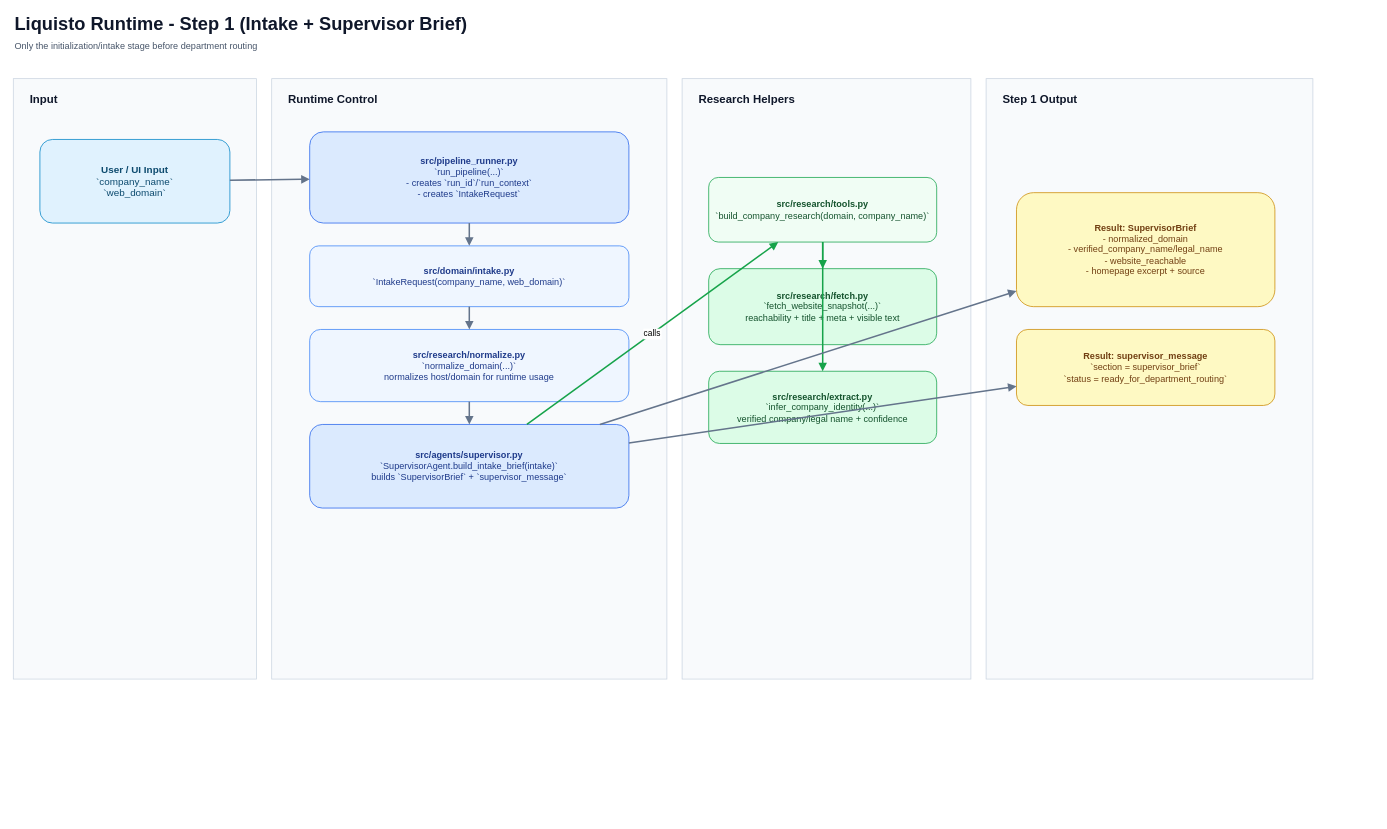
Above: docs/drawio/runtime_step1.drawio in KonstantinData/multi-agent-intel-pipeline (draw.io), before the change. Source tidied: cells renumbered, new cells numbered last; positions are measured from the earlier drawing's top-left corner, leaving out a move shared by most shapes. Both pictures are drawn from the tidied source at 76%, with x=0, y=0 at pixel (13, 13).
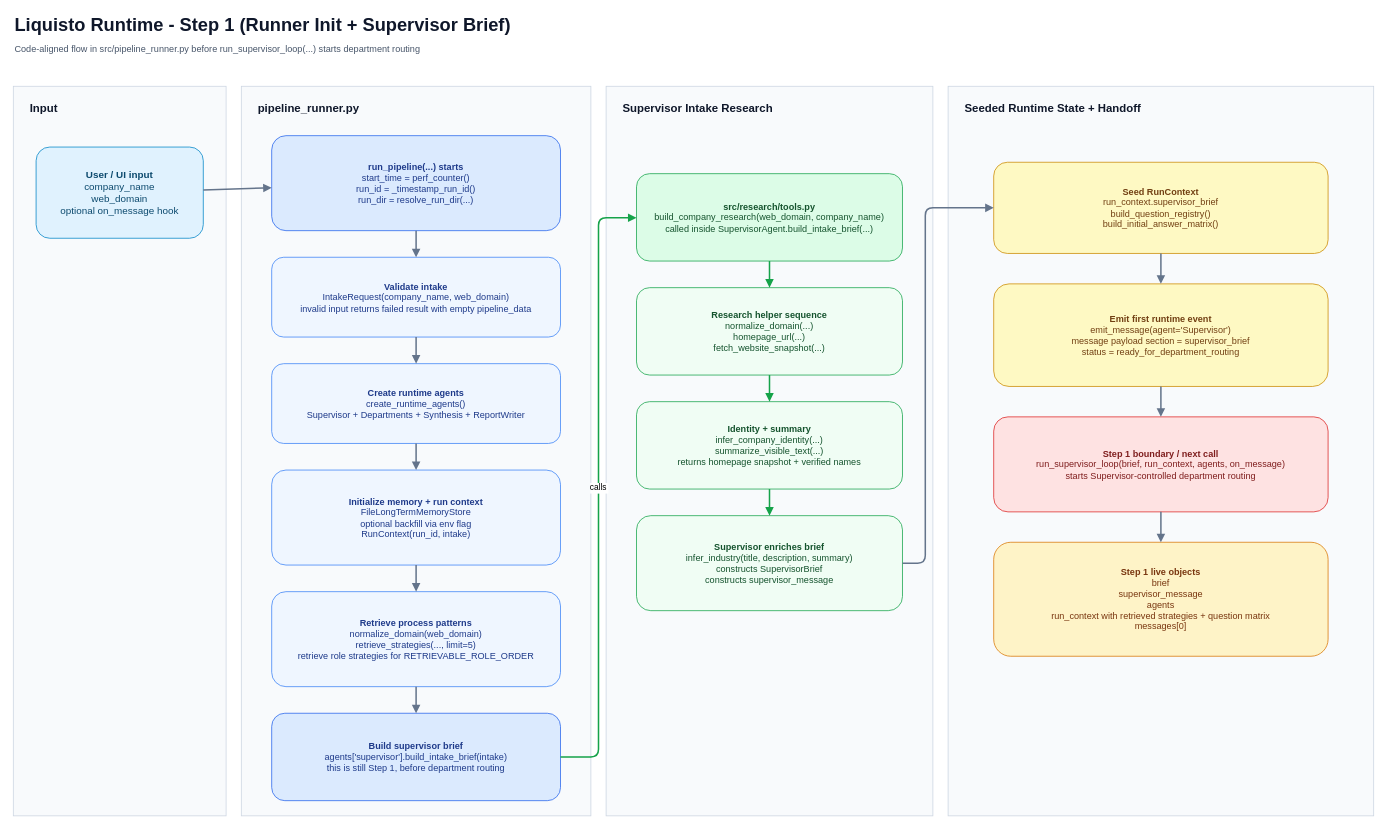
Above is the later version.

Commit message (it also covers changes not shown here):
Refactor pipeline runner phases

Change to the diagram source:
```diff
@@
-    <mxCell id="2" value="Liquisto Runtime - Step 1 (Intake + Supervisor Brief)" style="text;html=1;strokeColor=none;fillColor=none;align=left;verticalAlign=middle;fontSize=24;fontStyle=1;fontColor=#0f172a;" parent="1" vertex="1">
-      <mxGeometry width="900" height="30" as="geometry" />
+    <mxCell id="2" value="Liquisto Runtime - Step 1 (Runner Init + Supervisor Brief)" style="text;html=1;strokeColor=none;fillColor=none;align=left;verticalAlign=middle;fontSize=24;fontStyle=1;fontColor=#0f172a;" parent="1" vertex="1">
+      <mxGeometry width="1100" height="32" as="geometry" />
     </mxCell>
-    <mxCell id="3" value="Only the initialization/intake stage before department routing" style="text;html=1;strokeColor=none;fillColor=none;align=left;verticalAlign=middle;fontSize=12;fontColor=#475569;" parent="1" vertex="1">
-      <mxGeometry y="34" width="700" height="20" as="geometry" />
+    <mxCell id="3" value="Code-aligned flow in src/pipeline_runner.py before run_supervisor_loop(...) starts department routing" style="text;html=1;strokeColor=none;fillColor=none;align=left;verticalAlign=middle;fontSize=12;fontColor=#475569;" parent="1" vertex="1">
+      <mxGeometry y="36" width="980" height="22" as="geometry" />
     </mxCell>
     <mxCell id="4" style="rounded=0;whiteSpace=wrap;html=1;fillColor=#f8fafc;strokeColor=#cbd5e1;" parent="1" vertex="1">
-      <mxGeometry y="86" width="320" height="790" as="geometry" />
+      <mxGeometry y="96" width="280" height="960" as="geometry" />
     </mxCell>
-    <mxCell id="5" style="rounded=0;whiteSpace=wrap;html=1;fillColor=#f8fafc;strokeColor=#cbd5e1;" parent="1" vertex="1">
-      <mxGeometry x="340" y="86" width="520" height="790" as="geometry" />
-    </mxCell>
-    <mxCell id="6" style="rounded=0;whiteSpace=wrap;html=1;fillColor=#f8fafc;strokeColor=#cbd5e1;" parent="1" vertex="1">
-      <mxGeometry x="880" y="86" width="380" height="790" as="geometry" />
-    </mxCell>
-    <mxCell id="7" style="rounded=0;whiteSpace=wrap;html=1;fillColor=#f8fafc;strokeColor=#cbd5e1;" parent="1" vertex="1">
-      <mxGeometry x="1280" y="86" width="430" height="790" as="geometry" />
-    </mxCell>
+    <mxCell id="31" style="rounded=0;whiteSpace=wrap;html=1;fillColor=#f8fafc;strokeColor=#cbd5e1;" parent="1" vertex="1">
+      <mxGeometry x="300" y="96" width="460" height="960" as="geometry" />
+    </mxCell>
+    <mxCell id="32" style="rounded=0;whiteSpace=wrap;html=1;fillColor=#f8fafc;strokeColor=#cbd5e1;" parent="1" vertex="1">
+      <mxGeometry x="780" y="96" width="430" height="960" as="geometry" />
+    </mxCell>
+    <mxCell id="33" style="rounded=0;whiteSpace=wrap;html=1;fillColor=#f8fafc;strokeColor=#cbd5e1;" parent="1" vertex="1">
+      <mxGeometry x="1230" y="96" width="560" height="960" as="geometry" />
+    </mxCell>
     <mxCell id="8" value="Input" style="text;html=1;strokeColor=none;fillColor=none;align=left;verticalAlign=middle;fontSize=15;fontStyle=1;fontColor=#0f172a;" parent="1" vertex="1">
-      <mxGeometry x="20" y="102" width="180" height="20" as="geometry" />
+      <mxGeometry x="20" y="114" width="180" height="22" as="geometry" />
     </mxCell>
-    <mxCell id="9" value="Runtime Control" style="text;html=1;strokeColor=none;fillColor=none;align=left;verticalAlign=middle;fontSize=15;fontStyle=1;fontColor=#0f172a;" parent="1" vertex="1">
-      <mxGeometry x="360" y="102" width="220" height="20" as="geometry" />
-    </mxCell>
-    <mxCell id="10" value="Research Helpers" style="text;html=1;strokeColor=none;fillColor=none;align=left;verticalAlign=middle;fontSize=15;fontStyle=1;fontColor=#0f172a;" parent="1" vertex="1">
-      <mxGeometry x="900" y="102" width="220" height="20" as="geometry" />
-    </mxCell>
-    <mxCell id="11" value="Step 1 Output" style="text;html=1;strokeColor=none;fillColor=none;align=left;verticalAlign=middle;fontSize=15;fontStyle=1;fontColor=#0f172a;" parent="1" vertex="1">
-      <mxGeometry x="1300" y="102" width="200" height="20" as="geometry" />
-    </mxCell>
+    <mxCell id="34" value="pipeline_runner.py" style="text;html=1;strokeColor=none;fillColor=none;align=left;verticalAlign=middle;fontSize=15;fontStyle=1;fontColor=#0f172a;" parent="1" vertex="1">
+      <mxGeometry x="320" y="114" width="220" height="22" as="geometry" />
+    </mxCell>
+    <mxCell id="35" value="Supervisor Intake Research" style="text;html=1;strokeColor=none;fillColor=none;align=left;verticalAlign=middle;fontSize=15;fontStyle=1;fontColor=#0f172a;" parent="1" vertex="1">
+      <mxGeometry x="800" y="114" width="260" height="22" as="geometry" />
+    </mxCell>
+    <mxCell id="36" value="Seeded Runtime State + Handoff" style="text;html=1;strokeColor=none;fillColor=none;align=left;verticalAlign=middle;fontSize=15;fontStyle=1;fontColor=#0f172a;" parent="1" vertex="1">
+      <mxGeometry x="1250" y="114" width="300" height="22" as="geometry" />
+    </mxCell>
-    <mxCell id="12" value="&lt;b&gt;User / UI Input&lt;/b&gt;&lt;br&gt;`company_name`&lt;br&gt;`web_domain`" style="rounded=1;whiteSpace=wrap;html=1;fillColor=#e0f2fe;strokeColor=#0284c7;fontSize=13;spacing=8;fontColor=#0c4a6e;" parent="1" vertex="1">
-      <mxGeometry x="35" y="166" width="250" height="110" as="geometry" />
+    <mxCell id="12" value="&lt;b&gt;User / UI input&lt;/b&gt;&lt;br&gt;company_name&lt;br&gt;web_domain&lt;br&gt;optional on_message hook" style="rounded=1;whiteSpace=wrap;html=1;fillColor=#e0f2fe;strokeColor=#0284c7;fontSize=13;spacing=8;fontColor=#0c4a6e;" parent="1" vertex="1">
+      <mxGeometry x="30" y="176" width="220" height="120" as="geometry" />
     </mxCell>
-    <mxCell id="13" value="&lt;b&gt;src/pipeline_runner.py&lt;/b&gt;&lt;br&gt;`run_pipeline(...)`&lt;br&gt;- creates `run_id`/`run_context`&lt;br&gt;- creates `IntakeRequest`" style="rounded=1;whiteSpace=wrap;html=1;fillColor=#dbeafe;strokeColor=#2563eb;fontSize=12;spacing=8;fontColor=#1e3a8a;" parent="1" vertex="1">
-      <mxGeometry x="390" y="156" width="420" height="120" as="geometry" />
-    </mxCell>
-    <mxCell id="14" value="&lt;b&gt;src/domain/intake.py&lt;/b&gt;&lt;br&gt;`IntakeRequest(company_name, web_domain)`" style="rounded=1;whiteSpace=wrap;html=1;fillColor=#eff6ff;strokeColor=#3b82f6;fontSize=12;spacing=8;fontColor=#1e3a8a;" parent="1" vertex="1">
-      <mxGeometry x="390" y="306" width="420" height="80" as="geometry" />
-    </mxCell>
-    <mxCell id="15" value="&lt;b&gt;src/research/normalize.py&lt;/b&gt;&lt;br&gt;`normalize_domain(...)`&lt;br&gt;normalizes host/domain for runtime usage" style="rounded=1;whiteSpace=wrap;html=1;fillColor=#eff6ff;strokeColor=#3b82f6;fontSize=12;spacing=8;fontColor=#1e3a8a;" parent="1" vertex="1">
-      <mxGeometry x="390" y="416" width="420" height="95" as="geometry" />
-    </mxCell>
-    <mxCell id="16" value="&lt;b&gt;src/agents/supervisor.py&lt;/b&gt;&lt;br&gt;`SupervisorAgent.build_intake_brief(intake)`&lt;br&gt;builds `SupervisorBrief` + `supervisor_message`" style="rounded=1;whiteSpace=wrap;html=1;fillColor=#dbeafe;strokeColor=#2563eb;fontSize=12;spacing=8;fontColor=#1e3a8a;" parent="1" vertex="1">
-      <mxGeometry x="390" y="541" width="420" height="110" as="geometry" />
-    </mxCell>
-    <mxCell id="17" value="&lt;b&gt;src/research/tools.py&lt;/b&gt;&lt;br&gt;`build_company_research(domain, company_name)`" style="rounded=1;whiteSpace=wrap;html=1;fillColor=#f0fdf4;strokeColor=#16a34a;fontSize=12;spacing=8;fontColor=#14532d;" parent="1" vertex="1">
-      <mxGeometry x="915" y="216" width="300" height="85" as="geometry" />
-    </mxCell>
-    <mxCell id="18" value="&lt;b&gt;src/research/fetch.py&lt;/b&gt;&lt;br&gt;`fetch_website_snapshot(...)`&lt;br&gt;reachability + title + meta + visible text" style="rounded=1;whiteSpace=wrap;html=1;fillColor=#dcfce7;strokeColor=#16a34a;fontSize=12;spacing=8;fontColor=#14532d;" parent="1" vertex="1">
-      <mxGeometry x="915" y="336" width="300" height="100" as="geometry" />
-    </mxCell>
-    <mxCell id="19" value="&lt;b&gt;src/research/extract.py&lt;/b&gt;&lt;br&gt;`infer_company_identity(...)`&lt;br&gt;verified company/legal name + confidence" style="rounded=1;whiteSpace=wrap;html=1;fillColor=#dcfce7;strokeColor=#16a34a;fontSize=12;spacing=8;fontColor=#14532d;" parent="1" vertex="1">
-      <mxGeometry x="915" y="471" width="300" height="95" as="geometry" />
-    </mxCell>
-    <mxCell id="20" value="&lt;b&gt;Result: SupervisorBrief&lt;/b&gt;&lt;br&gt;- normalized_domain&lt;br&gt;- verified_company_name/legal_name&lt;br&gt;- website_reachable&lt;br&gt;- homepage excerpt + source" style="rounded=1;whiteSpace=wrap;html=1;fillColor=#fef9c3;strokeColor=#ca8a04;fontSize=12;spacing=8;fontColor=#713f12;" parent="1" vertex="1">
-      <mxGeometry x="1320" y="236" width="340" height="150" as="geometry" />
-    </mxCell>
-    <mxCell id="21" value="&lt;b&gt;Result: supervisor_message&lt;/b&gt;&lt;br&gt;`section = supervisor_brief`&lt;br&gt;`status = ready_for_department_routing`" style="rounded=1;whiteSpace=wrap;html=1;fillColor=#fef9c3;strokeColor=#ca8a04;fontSize=12;spacing=8;fontColor=#713f12;" parent="1" vertex="1">
-      <mxGeometry x="1320" y="416" width="340" height="100" as="geometry" />
-    </mxCell>
+    <mxCell id="37" value="&lt;b&gt;run_pipeline(...) starts&lt;/b&gt;&lt;br&gt;start_time = perf_counter()&lt;br&gt;run_id = _timestamp_run_id()&lt;br&gt;run_dir = resolve_run_dir(...)" style="rounded=1;whiteSpace=wrap;html=1;fillColor=#dbeafe;strokeColor=#2563eb;fontSize=12;spacing=8;fontColor=#1e3a8a;" parent="1" vertex="1">
+      <mxGeometry x="340" y="161" width="380" height="125" as="geometry" />
+    </mxCell>
+    <mxCell id="38" value="&lt;b&gt;Validate intake&lt;/b&gt;&lt;br&gt;IntakeRequest(company_name, web_domain)&lt;br&gt;invalid input returns failed result with empty pipeline_data" style="rounded=1;whiteSpace=wrap;html=1;fillColor=#eff6ff;strokeColor=#3b82f6;fontSize=12;spacing=8;fontColor=#1e3a8a;" parent="1" vertex="1">
+      <mxGeometry x="340" y="321" width="380" height="105" as="geometry" />
+    </mxCell>
+    <mxCell id="39" value="&lt;b&gt;Create runtime agents&lt;/b&gt;&lt;br&gt;create_runtime_agents()&lt;br&gt;Supervisor + Departments + Synthesis + ReportWriter" style="rounded=1;whiteSpace=wrap;html=1;fillColor=#eff6ff;strokeColor=#3b82f6;fontSize=12;spacing=8;fontColor=#1e3a8a;" parent="1" vertex="1">
+      <mxGeometry x="340" y="461" width="380" height="105" as="geometry" />
+    </mxCell>
+    <mxCell id="40" value="&lt;b&gt;Initialize memory + run context&lt;/b&gt;&lt;br&gt;FileLongTermMemoryStore&lt;br&gt;optional backfill via env flag&lt;br&gt;RunContext(run_id, intake)" style="rounded=1;whiteSpace=wrap;html=1;fillColor=#eff6ff;strokeColor=#3b82f6;fontSize=12;spacing=8;fontColor=#1e3a8a;" parent="1" vertex="1">
+      <mxGeometry x="340" y="601" width="380" height="125" as="geometry" />
+    </mxCell>
+    <mxCell id="41" value="&lt;b&gt;Retrieve process patterns&lt;/b&gt;&lt;br&gt;normalize_domain(web_domain)&lt;br&gt;retrieve_strategies(..., limit=5)&lt;br&gt;retrieve role strategies for RETRIEVABLE_ROLE_ORDER" style="rounded=1;whiteSpace=wrap;html=1;fillColor=#eff6ff;strokeColor=#3b82f6;fontSize=12;spacing=8;fontColor=#1e3a8a;" parent="1" vertex="1">
+      <mxGeometry x="340" y="761" width="380" height="125" as="geometry" />
+    </mxCell>
+    <mxCell id="42" value="&lt;b&gt;Build supervisor brief&lt;/b&gt;&lt;br&gt;agents['supervisor'].build_intake_brief(intake)&lt;br&gt;this is still Step 1, before department routing" style="rounded=1;whiteSpace=wrap;html=1;fillColor=#dbeafe;strokeColor=#2563eb;fontSize=12;spacing=8;fontColor=#1e3a8a;" parent="1" vertex="1">
+      <mxGeometry x="340" y="921" width="380" height="115" as="geometry" />
+    </mxCell>
+    <mxCell id="43" value="&lt;b&gt;src/research/tools.py&lt;/b&gt;&lt;br&gt;build_company_research(web_domain, company_name)&lt;br&gt;called inside SupervisorAgent.build_intake_brief(...)" style="rounded=1;whiteSpace=wrap;html=1;fillColor=#dcfce7;strokeColor=#16a34a;fontSize=12;spacing=8;fontColor=#14532d;" parent="1" vertex="1">
+      <mxGeometry x="820" y="211" width="350" height="115" as="geometry" />
+    </mxCell>
+    <mxCell id="44" value="&lt;b&gt;Research helper sequence&lt;/b&gt;&lt;br&gt;normalize_domain(...)&lt;br&gt;homepage_url(...)&lt;br&gt;fetch_website_snapshot(...)" style="rounded=1;whiteSpace=wrap;html=1;fillColor=#f0fdf4;strokeColor=#16a34a;fontSize=12;spacing=8;fontColor=#14532d;" parent="1" vertex="1">
+      <mxGeometry x="820" y="361" width="350" height="115" as="geometry" />
+    </mxCell>
+    <mxCell id="45" value="&lt;b&gt;Identity + summary&lt;/b&gt;&lt;br&gt;infer_company_identity(...)&lt;br&gt;summarize_visible_text(...)&lt;br&gt;returns homepage snapshot + verified names" style="rounded=1;whiteSpace=wrap;html=1;fillColor=#f0fdf4;strokeColor=#16a34a;fontSize=12;spacing=8;fontColor=#14532d;" parent="1" vertex="1">
+      <mxGeometry x="820" y="511" width="350" height="115" as="geometry" />
+    </mxCell>
+    <mxCell id="46" value="&lt;b&gt;Supervisor enriches brief&lt;/b&gt;&lt;br&gt;infer_industry(title, description, summary)&lt;br&gt;constructs SupervisorBrief&lt;br&gt;constructs supervisor_message" style="rounded=1;whiteSpace=wrap;html=1;fillColor=#f0fdf4;strokeColor=#16a34a;fontSize=12;spacing=8;fontColor=#14532d;" parent="1" vertex="1">
+      <mxGeometry x="820" y="661" width="350" height="125" as="geometry" />
+    </mxCell>
+    <mxCell id="47" value="&lt;b&gt;Seed RunContext&lt;/b&gt;&lt;br&gt;run_context.supervisor_brief&lt;br&gt;build_question_registry()&lt;br&gt;build_initial_answer_matrix()" style="rounded=1;whiteSpace=wrap;html=1;fillColor=#fef9c3;strokeColor=#ca8a04;fontSize=12;spacing=8;fontColor=#713f12;" parent="1" vertex="1">
+      <mxGeometry x="1290" y="196" width="440" height="120" as="geometry" />
+    </mxCell>
+    <mxCell id="48" value="&lt;b&gt;Emit first runtime event&lt;/b&gt;&lt;br&gt;emit_message(agent='Supervisor')&lt;br&gt;message payload section = supervisor_brief&lt;br&gt;status = ready_for_department_routing" style="rounded=1;whiteSpace=wrap;html=1;fillColor=#fef9c3;strokeColor=#ca8a04;fontSize=12;spacing=8;fontColor=#713f12;" parent="1" vertex="1">
+      <mxGeometry x="1290" y="356" width="440" height="135" as="geometry" />
+    </mxCell>
+    <mxCell id="49" value="&lt;b&gt;Step 1 boundary / next call&lt;/b&gt;&lt;br&gt;run_supervisor_loop(brief, run_context, agents, on_message)&lt;br&gt;starts Supervisor-controlled department routing" style="rounded=1;whiteSpace=wrap;html=1;fillColor=#fee2e2;strokeColor=#dc2626;fontSize=12;spacing=8;fontColor=#7f1d1d;" parent="1" vertex="1">
+      <mxGeometry x="1290" y="531" width="440" height="125" as="geometry" />
+    </mxCell>
+    <mxCell id="50" value="&lt;b&gt;Step 1 live objects&lt;/b&gt;&lt;br&gt;brief&lt;br&gt;supervisor_message&lt;br&gt;agents&lt;br&gt;run_context with retrieved strategies + question matrix&lt;br&gt;messages[0]" style="rounded=1;whiteSpace=wrap;html=1;fillColor=#fef3c7;strokeColor=#d97706;fontSize=12;spacing=8;fontColor=#78350f;" parent="1" vertex="1">
+      <mxGeometry x="1290" y="696" width="440" height="150" as="geometry" />
+    </mxCell>
-    <mxCell id="22" style="endArrow=block;endFill=1;strokeColor=#64748b;strokeWidth=2;" parent="1" edge="1" source="12" target="13">
+    <mxCell id="22" style="endArrow=block;endFill=1;strokeColor=#64748b;strokeWidth=2;" parent="1" edge="1" source="12" target="37">
       <mxGeometry relative="1" as="geometry" />
     </mxCell>
-    <mxCell id="23" style="endArrow=block;endFill=1;strokeColor=#64748b;strokeWidth=2;" parent="1" edge="1" source="13" target="14">
+    <mxCell id="23" style="endArrow=block;endFill=1;strokeColor=#64748b;strokeWidth=2;" parent="1" edge="1" source="37" target="38">
       <mxGeometry relative="1" as="geometry" />
     </mxCell>
-    <mxCell id="24" style="endArrow=block;endFill=1;strokeColor=#64748b;strokeWidth=2;" parent="1" edge="1" source="14" target="15">
+    <mxCell id="24" style="endArrow=block;endFill=1;strokeColor=#64748b;strokeWidth=2;" parent="1" edge="1" source="38" target="39">
       <mxGeometry relative="1" as="geometry" />
     </mxCell>
-    <mxCell id="25" style="endArrow=block;endFill=1;strokeColor=#64748b;strokeWidth=2;" parent="1" edge="1" source="15" target="16">
+    <mxCell id="25" style="endArrow=block;endFill=1;strokeColor=#64748b;strokeWidth=2;" parent="1" edge="1" source="39" target="40">
       <mxGeometry relative="1" as="geometry" />
     </mxCell>
-    <mxCell id="26" value="calls" style="endArrow=block;endFill=1;strokeColor=#16a34a;strokeWidth=2;" parent="1" edge="1" source="16" target="17">
+    <mxCell id="26" style="endArrow=block;endFill=1;strokeColor=#64748b;strokeWidth=2;" parent="1" edge="1" source="40" target="41">
       <mxGeometry relative="1" as="geometry" />
     </mxCell>
-    <mxCell id="27" style="endArrow=block;endFill=1;strokeColor=#16a34a;strokeWidth=2;" parent="1" edge="1" source="17" target="18">
+    <mxCell id="27" style="endArrow=block;endFill=1;strokeColor=#64748b;strokeWidth=2;" parent="1" edge="1" source="41" target="42">
       <mxGeometry relative="1" as="geometry" />
     </mxCell>
-    <mxCell id="28" style="endArrow=block;endFill=1;strokeColor=#16a34a;strokeWidth=2;" parent="1" edge="1" source="17" target="19">
-      <mxGeometry relative="1" as="geometry" />
+    <mxCell id="28" value="calls" style="endArrow=block;endFill=1;strokeColor=#16a34a;strokeWidth=2;edgeStyle=orthogonalEdgeStyle;" parent="1" edge="1" source="42" target="43">
+      <mxGeometry relative="1" as="geometry">
+        <Array as="points">
+          <mxPoint x="770" y="979" />
+          <mxPoint x="770" y="269" />
+        </Array>
+      </mxGeometry>
     </mxCell>
-    <mxCell id="29" style="endArrow=block;endFill=1;strokeColor=#64748b;strokeWidth=2;" parent="1" edge="1" source="16" target="20">
+    <mxCell id="29" style="endArrow=block;endFill=1;strokeColor=#16a34a;strokeWidth=2;" parent="1" edge="1" source="43" target="44">
       <mxGeometry relative="1" as="geometry" />
     </mxCell>
-    <mxCell id="30" style="endArrow=block;endFill=1;strokeColor=#64748b;strokeWidth=2;" parent="1" edge="1" source="16" target="21">
+    <mxCell id="30" style="endArrow=block;endFill=1;strokeColor=#16a34a;strokeWidth=2;" parent="1" edge="1" source="44" target="45">
       <mxGeometry relative="1" as="geometry" />
     </mxCell>
+    <mxCell id="51" style="endArrow=block;endFill=1;strokeColor=#16a34a;strokeWidth=2;" parent="1" edge="1" source="45" target="46">
+      <mxGeometry relative="1" as="geometry" />
+    </mxCell>
+    <mxCell id="52" style="endArrow=block;endFill=1;strokeColor=#64748b;strokeWidth=2;edgeStyle=orthogonalEdgeStyle;" parent="1" edge="1" source="46" target="47">
+      <mxGeometry relative="1" as="geometry">
+        <Array as="points">
+          <mxPoint x="1200" y="724" />
+          <mxPoint x="1200" y="256" />
+        </Array>
+      </mxGeometry>
+    </mxCell>
+    <mxCell id="53" style="endArrow=block;endFill=1;strokeColor=#64748b;strokeWidth=2;" parent="1" edge="1" source="47" target="48">
+      <mxGeometry relative="1" as="geometry" />
+    </mxCell>
+    <mxCell id="54" style="endArrow=block;endFill=1;strokeColor=#64748b;strokeWidth=2;" parent="1" edge="1" source="48" target="49">
+      <mxGeometry relative="1" as="geometry" />
+    </mxCell>
+    <mxCell id="55" style="endArrow=block;endFill=1;strokeColor=#64748b;strokeWidth=2;" parent="1" edge="1" source="49" target="50">
+      <mxGeometry relative="1" as="geometry" />
+    </mxCell>
```
